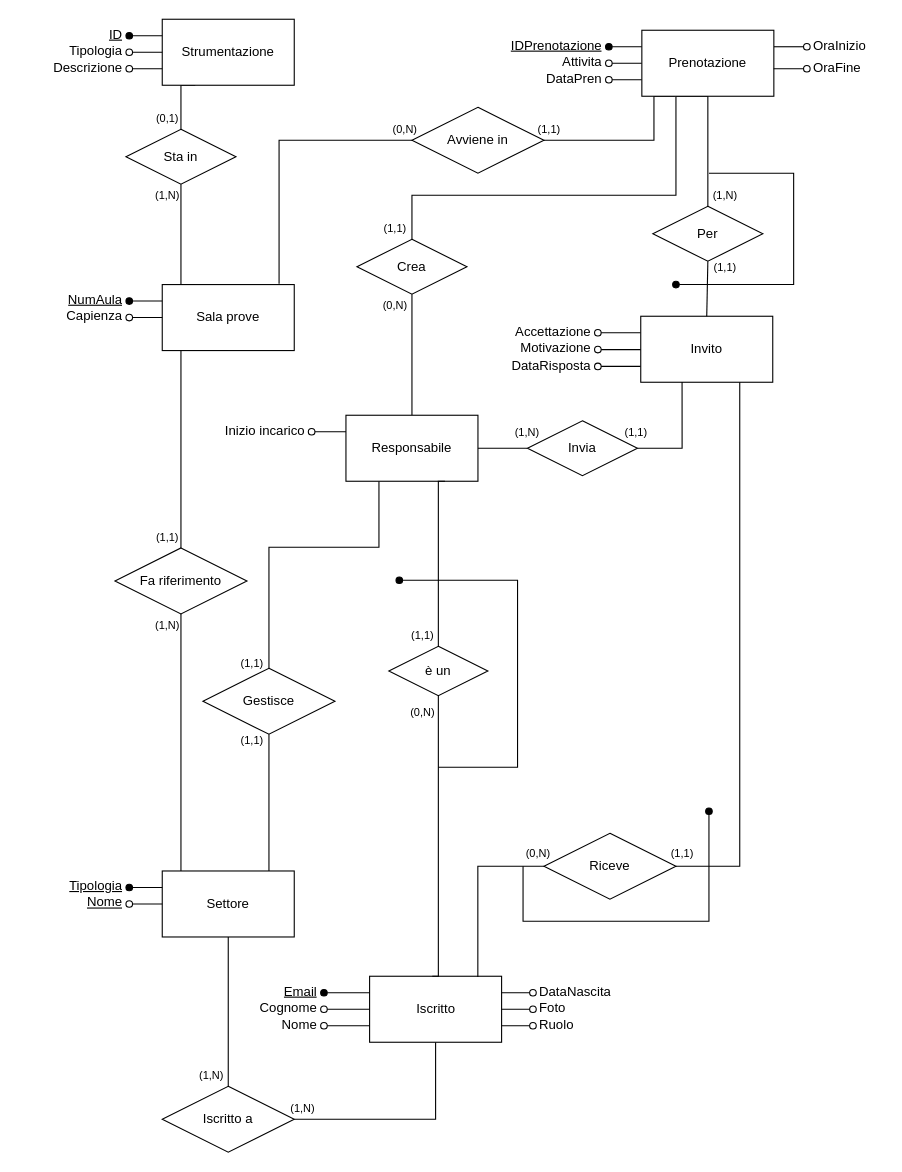
Earlier version of the draw.io diagram page "Ristrutturato" (1 of 2) of schemiER/Schema-ER.drawio (pirvllv/PWeb-Project_25-26_Ancri-Piralla-Suanno). Source tidied: cells renumbered, new cells numbered last; positions are measured from the earlier drawing's top-left corner, leaving out a move shared by most shapes. Both pictures are drawn from the tidied source at 110%, with x=0, y=0 at pixel (19, 19).
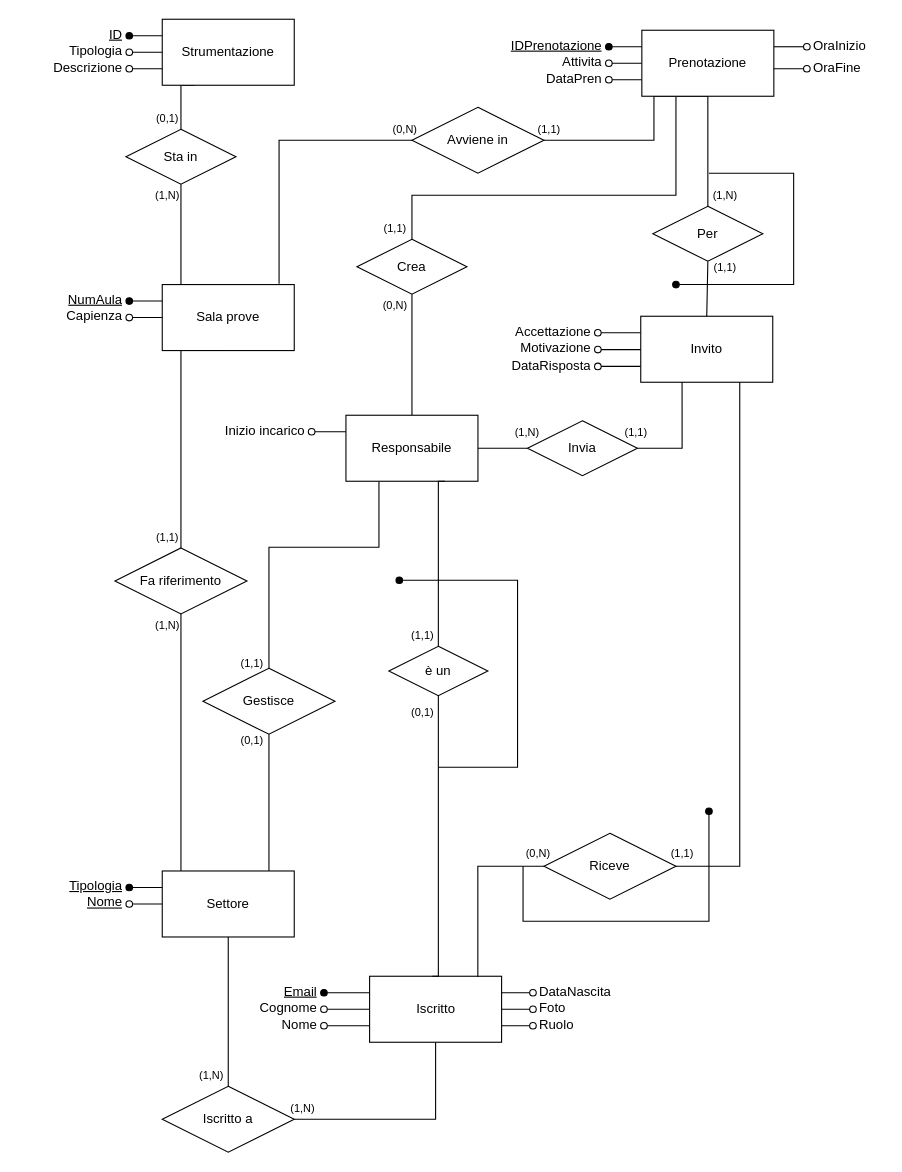
The same page after the edit.

The edit, as a diff of the source:
```diff
@@
-    <mxCell id="101" value="&lt;font style=&quot;font-size: 10px;&quot;&gt;(1,1)&lt;/font&gt;" style="text;html=1;align=center;verticalAlign=middle;whiteSpace=wrap;rounded=0;" parent="1" vertex="1">
+    <mxCell id="101" value="&lt;font style=&quot;font-size: 10px;&quot;&gt;(0,1)&lt;/font&gt;" style="text;html=1;align=center;verticalAlign=middle;whiteSpace=wrap;rounded=0;" parent="1" vertex="1">
       <mxGeometry x="197" y="645" width="30" height="20" as="geometry" />
     </mxCell>
@@
-    <mxCell id="103" value="&lt;font style=&quot;font-size: 10px;&quot;&gt;(0,N)&lt;/font&gt;" style="text;html=1;align=center;verticalAlign=middle;whiteSpace=wrap;rounded=0;" parent="1" vertex="1">
+    <mxCell id="103" value="&lt;font style=&quot;font-size: 10px;&quot;&gt;(0,1)&lt;/font&gt;" style="text;html=1;align=center;verticalAlign=middle;whiteSpace=wrap;rounded=0;" parent="1" vertex="1">
       <mxGeometry x="347" y="620" width="40" height="20" as="geometry" />
     </mxCell>
```
